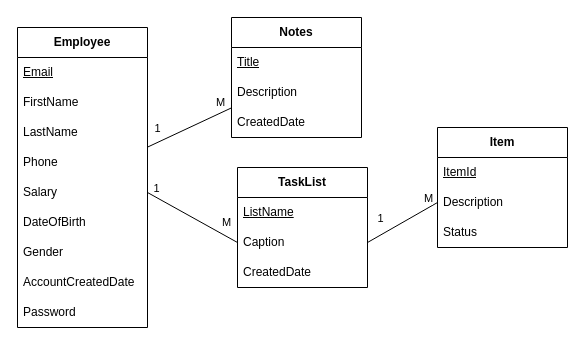
Before: designs/Database.drawio in teran-s/aiphp-b1, a draw.io diagram. Source tidied: cells renumbered, new cells numbered last; positions are measured from the earlier drawing's top-left corner, leaving out a move shared by most shapes. Both pictures are drawn from the tidied source at 100%, with x=0, y=0 at pixel (17, 17).
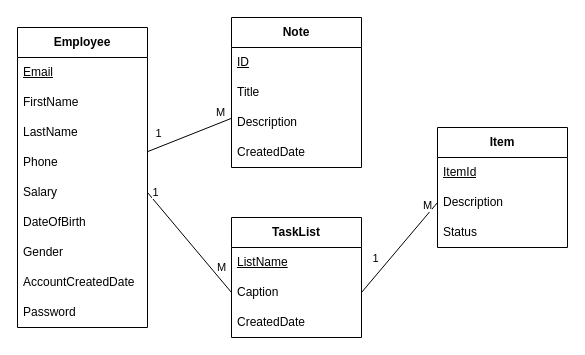
The same diagram, later.

What changed in the source:
```diff
@@
-    <mxCell id="15" value="Notes" style="swimlane;fontStyle=1;horizontal=1;startSize=30;whiteSpace=wrap;html=1;" parent="1" vertex="1">
-      <mxGeometry x="214" width="130" height="120" as="geometry" />
+    <mxCell id="15" value="Note" style="swimlane;fontStyle=1;horizontal=1;startSize=30;whiteSpace=wrap;html=1;" parent="1" vertex="1">
+      <mxGeometry x="214" width="130" height="150" as="geometry" />
     </mxCell>
-    <mxCell id="16" value="&lt;u&gt;Title&lt;/u&gt;" style="text;strokeColor=none;fillColor=none;align=left;verticalAlign=middle;spacingLeft=4;spacingRight=4;overflow=hidden;whiteSpace=wrap;html=1;" parent="15" vertex="1">
+    <mxCell id="16" value="&lt;u&gt;ID&lt;/u&gt;" style="text;strokeColor=none;fillColor=none;align=left;verticalAlign=middle;spacingLeft=4;spacingRight=4;overflow=hidden;whiteSpace=wrap;html=1;" parent="15" vertex="1">
       <mxGeometry y="30" width="130" height="30" as="geometry" />
     </mxCell>
+    <mxCell id="33" value="Title" style="text;strokeColor=none;fillColor=none;align=left;verticalAlign=middle;spacingLeft=4;spacingRight=4;overflow=hidden;whiteSpace=wrap;html=1;" parent="15" vertex="1">
+      <mxGeometry y="60" width="130" height="30" as="geometry" />
+    </mxCell>
     <mxCell id="17" value="Description" style="text;strokeColor=none;fillColor=none;align=left;verticalAlign=middle;spacingLeft=4;spacingRight=4;overflow=hidden;whiteSpace=wrap;html=1;" parent="15" vertex="1">
-      <mxGeometry y="60" width="130" height="30" as="geometry" />
+      <mxGeometry y="90" width="130" height="30" as="geometry" />
     </mxCell>
     <mxCell id="18" value="CreatedDate" style="text;strokeColor=none;fillColor=none;align=left;verticalAlign=middle;spacingLeft=4;spacingRight=4;overflow=hidden;whiteSpace=wrap;html=1;" parent="15" vertex="1">
-      <mxGeometry y="90" width="130" height="30" as="geometry" />
+      <mxGeometry y="120" width="130" height="30" as="geometry" />
     </mxCell>
     <mxCell id="19" value="TaskList" style="swimlane;fontStyle=1;horizontal=1;startSize=30;whiteSpace=wrap;html=1;" parent="1" vertex="1">
-      <mxGeometry x="220" y="150" width="130" height="120" as="geometry" />
+      <mxGeometry x="214" y="200" width="130" height="120" as="geometry" />
     </mxCell>
```
